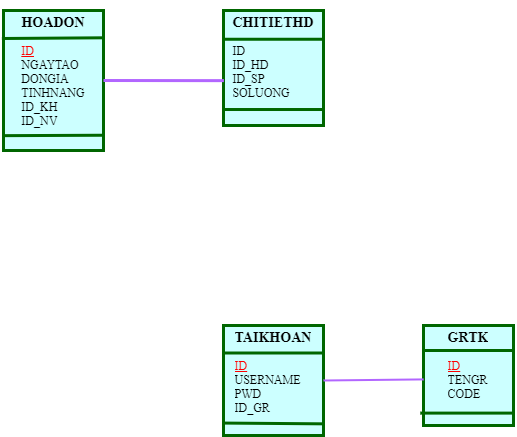
Before: erd.drawio.png, a diagram exported from draw.io (sunny-THS/QlyBanDT). Source tidied: cells renumbered, new cells last; positions are measured from the earlier drawing's top-left corner, leaving out a move shared by most shapes.
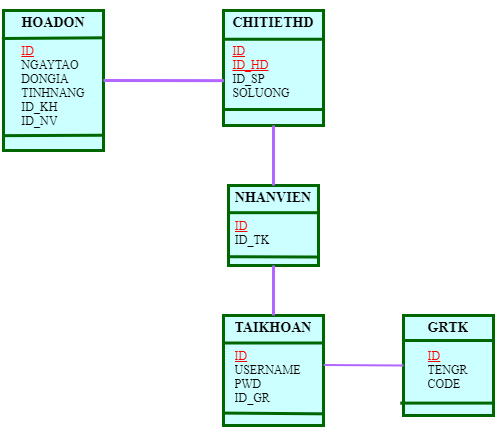
Later version of the same file.

Diff of the diagram source:
```diff
@@ -3,7 +3,7 @@
     <mxCell id="0" />
     <mxCell id="1" parent="0" />
     <mxCell id="2" value="&lt;h3&gt;&lt;font color=&quot;#000000&quot; face=&quot;Times New Roman&quot;&gt;GRTK&lt;br&gt;&lt;/font&gt;&lt;/h3&gt;&lt;div style=&quot;text-align: left&quot;&gt;&lt;u&gt;&lt;font color=&quot;#ff0000&quot; face=&quot;Times New Roman&quot;&gt;ID&lt;/font&gt;&lt;/u&gt;&lt;/div&gt;&lt;div style=&quot;text-align: left&quot;&gt;&lt;font color=&quot;#000000&quot; face=&quot;Times New Roman&quot;&gt;TENGR&lt;/font&gt;&lt;/div&gt;&lt;div style=&quot;text-align: left&quot;&gt;&lt;font color=&quot;#000000&quot; face=&quot;Times New Roman&quot;&gt;CODE&lt;/font&gt;&lt;/div&gt;" style="text;html=1;spacing=5;spacingTop=-20;whiteSpace=wrap;overflow=hidden;rounded=0;shadow=0;fillColor=#CCFFFF;strokeColor=#006600;align=center;strokeWidth=3;" parent="1" vertex="1">
-      <mxGeometry x="420" y="315" width="90" height="100" as="geometry" />
+      <mxGeometry x="400" y="305" width="90" height="100" as="geometry" />
     </mxCell>
     <mxCell id="3" style="endArrow=none;html=1;startSize=6;strokeWidth=3;exitX=0;exitY=0.25;exitDx=0;exitDy=0;entryX=1;entryY=0.25;entryDx=0;entryDy=0;strokeColor=#006600;" parent="1" edge="1" source="2" target="2">
       <mxGeometry relative="1" as="geometry" />
@@ -12,7 +12,7 @@
       <mxGeometry relative="1" as="geometry" />
     </mxCell>
     <mxCell id="5" value="&lt;h3&gt;&lt;font color=&quot;#000000&quot; face=&quot;Times New Roman&quot;&gt;TAIKHOAN&lt;br&gt;&lt;/font&gt;&lt;/h3&gt;&lt;div style=&quot;text-align: left&quot;&gt;&lt;u&gt;&lt;font color=&quot;#ff0000&quot; face=&quot;Times New Roman&quot;&gt;ID&lt;/font&gt;&lt;/u&gt;&lt;/div&gt;&lt;div style=&quot;text-align: left&quot;&gt;&lt;font color=&quot;#000000&quot; face=&quot;Times New Roman&quot;&gt;USERNAME&lt;/font&gt;&lt;/div&gt;&lt;div style=&quot;text-align: left&quot;&gt;&lt;font color=&quot;#000000&quot; face=&quot;Times New Roman&quot;&gt;PWD&lt;/font&gt;&lt;/div&gt;&lt;div style=&quot;text-align: left&quot;&gt;&lt;font color=&quot;#000000&quot; face=&quot;Times New Roman&quot;&gt;ID_GR&lt;/font&gt;&lt;/div&gt;" style="text;html=1;spacing=5;spacingTop=-20;whiteSpace=wrap;overflow=hidden;rounded=0;shadow=0;align=center;fillColor=#CCFFFF;strokeColor=#006600;strokeWidth=3;" parent="1" vertex="1">
-      <mxGeometry x="220" y="315" width="100" height="110" as="geometry" />
+      <mxGeometry x="220" y="305" width="100" height="110" as="geometry" />
     </mxCell>
     <mxCell id="6" style="endArrow=none;html=1;startSize=6;strokeColor=#006600;strokeWidth=3;exitX=0;exitY=0.25;exitDx=0;exitDy=0;entryX=1;entryY=0.25;entryDx=0;entryDy=0;" parent="1" edge="1" source="5" target="5">
       <mxGeometry relative="1" as="geometry" />
@@ -20,7 +20,7 @@
     <mxCell id="7" style="endArrow=none;html=1;startSize=6;strokeColor=#006600;strokeWidth=3;exitX=0;exitY=0.887;exitDx=0;exitDy=0;exitPerimeter=0;entryX=1.002;entryY=0.894;entryDx=0;entryDy=0;entryPerimeter=0;" parent="1" edge="1" source="5" target="5">
       <mxGeometry relative="1" as="geometry" />
     </mxCell>
-    <mxCell id="8" style="endArrow=none;html=1;startSize=6;strokeWidth=2;exitX=1;exitY=0.5;exitDx=0;exitDy=0;entryX=0.002;entryY=0.539;entryDx=0;entryDy=0;entryPerimeter=0;strokeColor=#B266FF;" parent="1" edge="1" source="5" target="2">
+    <mxCell id="8" style="endArrow=none;html=1;startSize=6;strokeWidth=2;exitX=1.002;exitY=0.45;exitDx=0;exitDy=0;entryX=0;entryY=0.5;entryDx=0;entryDy=0;strokeColor=#B266FF;exitPerimeter=0;" parent="1" edge="1" source="5" target="2">
       <mxGeometry relative="1" as="geometry" />
     </mxCell>
     <mxCell id="9" value="&lt;h3&gt;&lt;font face=&quot;Times New Roman&quot; color=&quot;#000000&quot;&gt;HOADON&lt;br&gt;&lt;/font&gt;&lt;/h3&gt;&lt;div style=&quot;text-align: left&quot;&gt;&lt;font face=&quot;Times New Roman&quot; color=&quot;#ff0000&quot;&gt;&lt;u&gt;ID&lt;/u&gt;&lt;/font&gt;&lt;/div&gt;&lt;div style=&quot;text-align: left&quot;&gt;&lt;font face=&quot;Times New Roman&quot; color=&quot;#000000&quot;&gt;NGAYTAO&lt;/font&gt;&lt;/div&gt;&lt;div style=&quot;text-align: left&quot;&gt;&lt;font face=&quot;Times New Roman&quot; color=&quot;#000000&quot;&gt;DONGIA&amp;nbsp;&lt;/font&gt;&lt;/div&gt;&lt;div style=&quot;text-align: left&quot;&gt;&lt;font face=&quot;Times New Roman&quot; color=&quot;#000000&quot;&gt;TINHNANG&lt;/font&gt;&lt;/div&gt;&lt;div style=&quot;text-align: left&quot;&gt;&lt;font face=&quot;Times New Roman&quot; color=&quot;#000000&quot;&gt;ID_KH&lt;/font&gt;&lt;/div&gt;&lt;div style=&quot;text-align: left&quot;&gt;&lt;font face=&quot;Times New Roman&quot; color=&quot;#000000&quot;&gt;ID_NV&lt;/font&gt;&lt;/div&gt;" style="text;html=1;spacing=5;spacingTop=-20;whiteSpace=wrap;overflow=hidden;rounded=0;shadow=0;align=center;fillColor=#CCFFFF;strokeColor=#006600;strokeWidth=3;" parent="1" vertex="1">
@@ -32,7 +32,7 @@
     <mxCell id="11" style="endArrow=none;html=1;startSize=6;strokeWidth=3;exitX=-0.016;exitY=0.2;exitDx=0;exitDy=0;exitPerimeter=0;entryX=0.992;entryY=0.195;entryDx=0;entryDy=0;entryPerimeter=0;strokeColor=#006600;" parent="1" edge="1" source="9" target="9">
       <mxGeometry relative="1" as="geometry" />
     </mxCell>
-    <mxCell id="12" value="&lt;h3&gt;&lt;font color=&quot;#000000&quot; face=&quot;Times New Roman&quot;&gt;CHITIETHD&lt;br&gt;&lt;/font&gt;&lt;/h3&gt;&lt;div style=&quot;text-align: left&quot;&gt;&lt;font color=&quot;#000000&quot; face=&quot;Times New Roman&quot;&gt;ID&lt;/font&gt;&lt;/div&gt;&lt;div style=&quot;text-align: left&quot;&gt;&lt;font color=&quot;#000000&quot; face=&quot;Times New Roman&quot;&gt;ID_HD&lt;/font&gt;&lt;/div&gt;&lt;div style=&quot;text-align: left&quot;&gt;&lt;font color=&quot;#000000&quot; face=&quot;Times New Roman&quot;&gt;ID_SP&lt;/font&gt;&lt;/div&gt;&lt;div style=&quot;text-align: left&quot;&gt;&lt;font color=&quot;#000000&quot; face=&quot;Times New Roman&quot;&gt;SOLUONG&lt;/font&gt;&lt;/div&gt;" style="text;html=1;spacing=5;spacingTop=-20;whiteSpace=wrap;overflow=hidden;rounded=0;shadow=0;align=center;fillColor=#CCFFFF;strokeColor=#006600;strokeWidth=3;" parent="1" vertex="1">
+    <mxCell id="12" value="&lt;h3&gt;&lt;font color=&quot;#000000&quot; face=&quot;Times New Roman&quot;&gt;CHITIETHD&lt;br&gt;&lt;/font&gt;&lt;/h3&gt;&lt;div style=&quot;text-align: left&quot;&gt;&lt;font face=&quot;Times New Roman&quot; color=&quot;#ff0000&quot;&gt;&lt;u&gt;ID&lt;/u&gt;&lt;/font&gt;&lt;/div&gt;&lt;div style=&quot;text-align: left&quot;&gt;&lt;font face=&quot;Times New Roman&quot; color=&quot;#ff0000&quot;&gt;&lt;u&gt;ID_HD&lt;/u&gt;&lt;/font&gt;&lt;/div&gt;&lt;div style=&quot;text-align: left&quot;&gt;&lt;font color=&quot;#000000&quot; face=&quot;Times New Roman&quot;&gt;ID_SP&lt;/font&gt;&lt;/div&gt;&lt;div style=&quot;text-align: left&quot;&gt;&lt;font color=&quot;#000000&quot; face=&quot;Times New Roman&quot;&gt;SOLUONG&lt;/font&gt;&lt;/div&gt;" style="text;html=1;spacing=5;spacingTop=-20;whiteSpace=wrap;overflow=hidden;rounded=0;shadow=0;align=center;fillColor=#CCFFFF;strokeColor=#006600;strokeWidth=3;" parent="1" vertex="1">
       <mxGeometry x="220" width="100" height="115" as="geometry" />
     </mxCell>
     <mxCell id="13" style="endArrow=none;html=1;startSize=6;strokeColor=#006600;strokeWidth=3;exitX=0;exitY=0.25;exitDx=0;exitDy=0;entryX=1;entryY=0.25;entryDx=0;entryDy=0;" parent="1" edge="1" source="12" target="12">
@@ -44,5 +44,20 @@
     <mxCell id="15" style="endArrow=none;html=1;startSize=6;strokeWidth=3;exitX=1;exitY=0.5;exitDx=0;exitDy=0;entryX=0.004;entryY=0.61;entryDx=0;entryDy=0;entryPerimeter=0;strokeColor=#B266FF;" parent="1" edge="1" source="9" target="12">
       <mxGeometry relative="1" as="geometry" />
     </mxCell>
+    <mxCell id="16" value="&lt;h3&gt;&lt;font color=&quot;#000000&quot; face=&quot;Times New Roman&quot;&gt;NHANVIEN&lt;br&gt;&lt;/font&gt;&lt;/h3&gt;&lt;div style=&quot;text-align: left&quot;&gt;&lt;font face=&quot;Times New Roman&quot; color=&quot;#ff0000&quot;&gt;&lt;u&gt;ID&lt;/u&gt;&lt;/font&gt;&lt;/div&gt;&lt;div style=&quot;text-align: left&quot;&gt;&lt;font color=&quot;#000000&quot; face=&quot;Times New Roman&quot;&gt;ID_TK&lt;/font&gt;&lt;/div&gt;" style="text;html=1;spacing=5;spacingTop=-20;whiteSpace=wrap;overflow=hidden;rounded=0;shadow=0;align=center;fillColor=#CCFFFF;strokeColor=#006600;strokeWidth=3;" parent="1" vertex="1">
+      <mxGeometry x="225" y="175" width="90" height="80" as="geometry" />
+    </mxCell>
+    <mxCell id="17" style="endArrow=none;html=1;startSize=6;strokeWidth=3;exitX=-0.004;exitY=0.34;exitDx=0;exitDy=0;exitPerimeter=0;entryX=1.009;entryY=0.34;entryDx=0;entryDy=0;entryPerimeter=0;strokeColor=#006600;" parent="1" edge="1" source="16" target="16">
+      <mxGeometry relative="1" as="geometry" />
+    </mxCell>
+    <mxCell id="18" style="endArrow=none;html=1;startSize=6;strokeWidth=3;exitX=-0.013;exitY=0.89;exitDx=0;exitDy=0;exitPerimeter=0;entryX=0.998;entryY=0.894;entryDx=0;entryDy=0;entryPerimeter=0;strokeColor=#006600;" parent="1" edge="1" source="16" target="16">
+      <mxGeometry relative="1" as="geometry" />
+    </mxCell>
+    <mxCell id="19" style="endArrow=none;html=1;startSize=6;strokeWidth=3;entryX=0.5;entryY=1;entryDx=0;entryDy=0;exitX=0.5;exitY=0;exitDx=0;exitDy=0;strokeColor=#B266FF;" parent="1" edge="1" source="16" target="12">
+      <mxGeometry relative="1" as="geometry" />
+    </mxCell>
+    <mxCell id="20" style="endArrow=none;html=1;startSize=6;strokeColor=#B266FF;strokeWidth=3;exitX=0.5;exitY=1;exitDx=0;exitDy=0;entryX=0.5;entryY=0;entryDx=0;entryDy=0;" parent="1" edge="1" source="16" target="5">
+      <mxGeometry relative="1" as="geometry" />
+    </mxCell>
   </root>
 </mxGraphModel>
```
